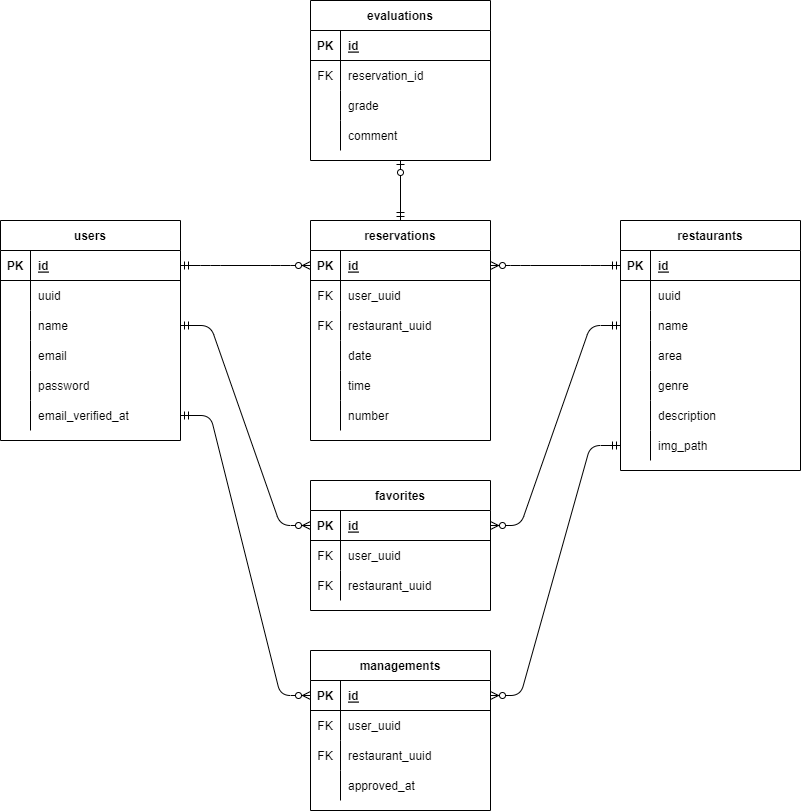
The draw.io diagram laravel/ER.drawio.png in kochigit/20220902_kochi_rese, before a commit. Source tidied: cells renumbered, new cells last; positions are measured from the earlier drawing's top-left corner, leaving out a move shared by most shapes.
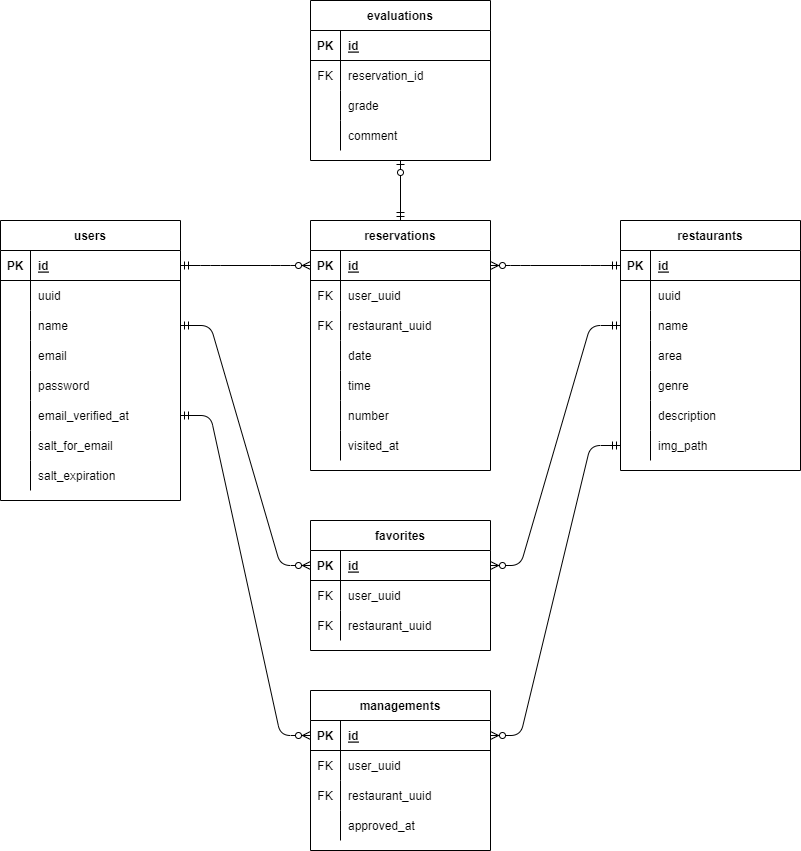
The same diagram one commit later.

What changed in the source:
```diff
@@ -3,7 +3,7 @@
     <mxCell id="0" />
     <mxCell id="1" parent="0" />
     <mxCell id="2" value="users" style="shape=table;startSize=30;rowLines=0;fontStyle=1;align=center;" parent="1" vertex="1">
-      <mxGeometry y="220" width="180" height="220" as="geometry" />
+      <mxGeometry y="220" width="180" height="280" as="geometry" />
     </mxCell>
     <mxCell id="3" style="shape=partialRectangle;fillColor=none;top=0;left=0;bottom=1;right=0;points=[[0,0.5],[1,0.5]];portConstraint=eastwest;" parent="2" vertex="1">
       <mxGeometry y="30" width="180" height="30" as="geometry" />
@@ -59,6 +59,24 @@
     <mxCell id="20" value="email_verified_at" style="shape=partialRectangle;fillColor=none;top=0;left=0;bottom=0;right=0;align=left;spacingLeft=6;overflow=hidden;" parent="18" vertex="1">
       <mxGeometry x="30" width="150" height="30" as="geometry" />
     </mxCell>
+    <mxCell id="105" style="shape=partialRectangle;fillColor=none;top=0;left=0;bottom=0;right=0;" parent="2" vertex="1">
+      <mxGeometry y="210" width="180" height="30" as="geometry" />
+    </mxCell>
+    <mxCell id="106" style="shape=partialRectangle;fillColor=none;top=0;left=0;bottom=0;right=0;overflow=hidden;" parent="105" vertex="1">
+      <mxGeometry width="30" height="30" as="geometry" />
+    </mxCell>
+    <mxCell id="107" value="salt_for_email" style="shape=partialRectangle;fillColor=none;top=0;left=0;bottom=0;right=0;align=left;spacingLeft=6;overflow=hidden;" parent="105" vertex="1">
+      <mxGeometry x="30" width="150" height="30" as="geometry" />
+    </mxCell>
+    <mxCell id="108" style="shape=partialRectangle;fillColor=none;top=0;left=0;bottom=0;right=0;" parent="2" vertex="1">
+      <mxGeometry y="240" width="180" height="30" as="geometry" />
+    </mxCell>
+    <mxCell id="109" style="shape=partialRectangle;fillColor=none;top=0;left=0;bottom=0;right=0;overflow=hidden;" parent="108" vertex="1">
+      <mxGeometry width="30" height="30" as="geometry" />
+    </mxCell>
+    <mxCell id="110" value="salt_expiration" style="shape=partialRectangle;fillColor=none;top=0;left=0;bottom=0;right=0;align=left;spacingLeft=6;overflow=hidden;" parent="108" vertex="1">
+      <mxGeometry x="30" width="150" height="30" as="geometry" />
+    </mxCell>
     <mxCell id="21" value="restaurants" style="shape=table;startSize=30;rowLines=0;fontStyle=1;align=center;" parent="1" vertex="1">
       <mxGeometry x="620" y="220" width="180" height="250" as="geometry" />
     </mxCell>
@@ -126,7 +144,7 @@
       <mxGeometry x="30" width="150" height="30" as="geometry" />
     </mxCell>
     <mxCell id="43" value="favorites" style="shape=table;startSize=30;rowLines=0;fontStyle=1;align=center;" parent="1" vertex="1">
-      <mxGeometry x="310" y="480" width="180" height="130" as="geometry" />
+      <mxGeometry x="310" y="520" width="180" height="130" as="geometry" />
     </mxCell>
     <mxCell id="44" style="shape=partialRectangle;fillColor=none;top=0;left=0;bottom=1;right=0;points=[[0,0.5],[1,0.5]];portConstraint=eastwest;" parent="43" vertex="1">
       <mxGeometry y="30" width="180" height="30" as="geometry" />
@@ -156,7 +174,7 @@
       <mxGeometry x="30" width="150" height="30" as="geometry" />
     </mxCell>
     <mxCell id="53" value="reservations" style="shape=table;startSize=30;rowLines=0;fontStyle=1;align=center;" parent="1" vertex="1">
-      <mxGeometry x="310" y="220" width="180" height="220" as="geometry" />
+      <mxGeometry x="310" y="220" width="180" height="250" as="geometry" />
     </mxCell>
     <mxCell id="54" style="shape=partialRectangle;fillColor=none;top=0;left=0;bottom=1;right=0;points=[[0,0.5],[1,0.5]];portConstraint=eastwest;" parent="53" vertex="1">
       <mxGeometry y="30" width="180" height="30" as="geometry" />
@@ -212,6 +230,15 @@
     <mxCell id="71" value="number" style="shape=partialRectangle;fillColor=none;top=0;left=0;bottom=0;right=0;align=left;spacingLeft=6;overflow=hidden;" parent="69" vertex="1">
       <mxGeometry x="30" width="150" height="30" as="geometry" />
     </mxCell>
+    <mxCell id="111" style="shape=partialRectangle;fillColor=none;top=0;left=0;bottom=0;right=0;" parent="53" vertex="1">
+      <mxGeometry y="210" width="180" height="30" as="geometry" />
+    </mxCell>
+    <mxCell id="112" style="shape=partialRectangle;fillColor=none;top=0;left=0;bottom=0;right=0;overflow=hidden;" parent="111" vertex="1">
+      <mxGeometry width="30" height="30" as="geometry" />
+    </mxCell>
+    <mxCell id="113" value="visited_at" style="shape=partialRectangle;fillColor=none;top=0;left=0;bottom=0;right=0;align=left;spacingLeft=6;overflow=hidden;" parent="111" vertex="1">
+      <mxGeometry x="30" width="150" height="30" as="geometry" />
+    </mxCell>
     <mxCell id="72" style="edgeStyle=entityRelationEdgeStyle;fontSize=12;html=1;endArrow=ERzeroToMany;startArrow=ERmandOne;exitX=1;exitY=0.5;exitDx=0;exitDy=0;entryX=0;entryY=0.5;entryDx=0;entryDy=0;" parent="1" edge="1" source="9" target="44">
       <mxGeometry relative="1" as="geometry" />
     </mxCell>
@@ -267,7 +294,7 @@
       <mxGeometry relative="1" as="geometry" />
     </mxCell>
     <mxCell id="90" value="managements" style="shape=table;startSize=30;rowLines=0;fontStyle=1;align=center;" parent="1" vertex="1">
-      <mxGeometry x="310" y="650" width="180" height="160" as="geometry" />
+      <mxGeometry x="310" y="690" width="180" height="160" as="geometry" />
     </mxCell>
     <mxCell id="91" style="shape=partialRectangle;fillColor=none;top=0;left=0;bottom=1;right=0;points=[[0,0.5],[1,0.5]];portConstraint=eastwest;" parent="90" vertex="1">
       <mxGeometry y="30" width="180" height="30" as="geometry" />
```
